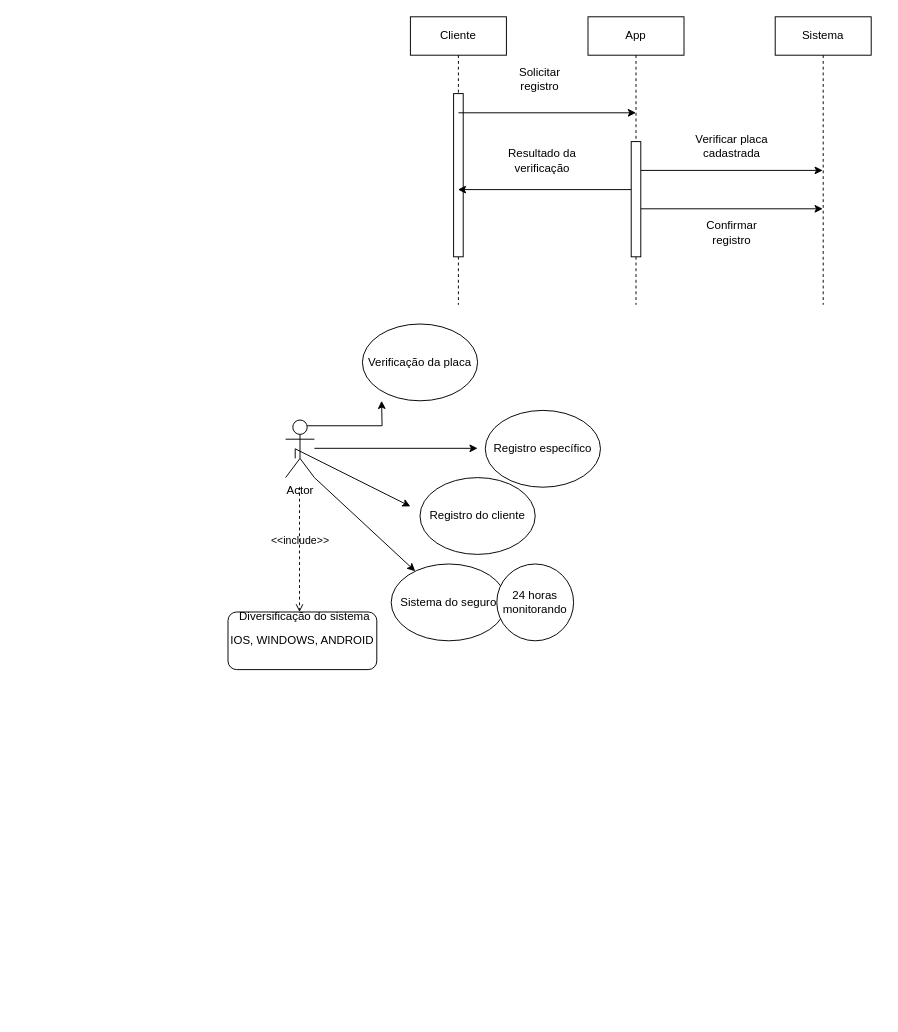
Above: Diagrama sem nome.drawio in VitorEduardo06/Teste (draw.io), before the change. Source tidied: cells renumbered, new cells numbered last; positions are measured from the earlier drawing's top-left corner, leaving out a move shared by most shapes. Both pictures are drawn from the tidied source at 96%, with x=0, y=0 at pixel (189, 16).
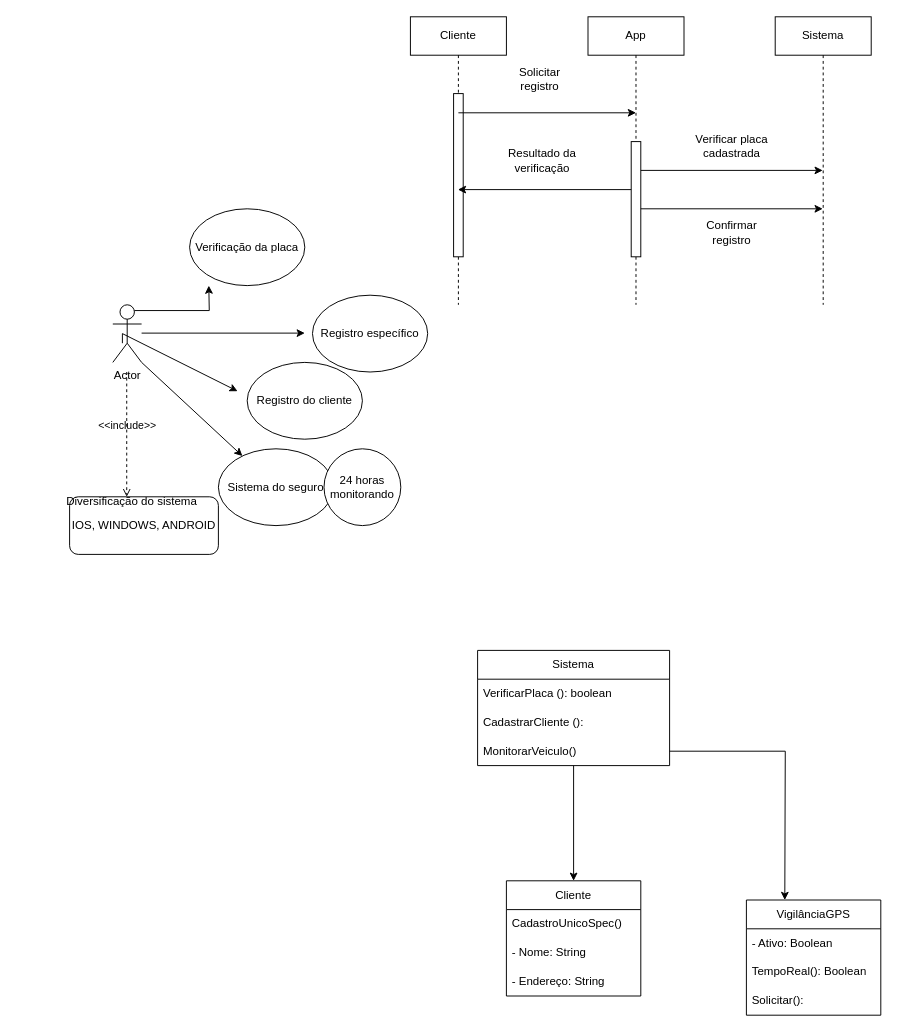
Above is the later version.

Change to the diagram source:
```diff
@@
     <mxCell id="15" style="edgeStyle=orthogonalEdgeStyle;rounded=0;jettySize=auto;html=1;exitX=0.75;exitY=0.1;exitDx=0;exitDy=0;exitPerimeter=0;" parent="1" edge="1" source="16">
       <mxGeometry relative="1" as="geometry">
-        <mxPoint x="200" y="400" as="targetPoint" />
+        <mxPoint x="20" y="280" as="targetPoint" />
       </mxGeometry>
     </mxCell>
     <mxCell id="16" value="Actor" style="shape=umlActor;verticalLabelPosition=bottom;verticalAlign=top;html=1;outlineConnect=0;" parent="1" vertex="1">
-      <mxGeometry x="100" y="420" width="30" height="60" as="geometry" />
+      <mxGeometry x="-80" y="300" width="30" height="60" as="geometry" />
     </mxCell>
     <mxCell id="17" value="&amp;lt;&amp;lt;include&amp;gt;&amp;gt;" style="html=1;verticalAlign=bottom;labelBackgroundColor=none;endArrow=open;endFill=0;dashed=1;rounded=0;" parent="1" edge="1">
       <mxGeometry relative="1" as="geometry">
-        <mxPoint x="114.5" y="490" as="sourcePoint" />
-        <mxPoint x="114.5" y="620" as="targetPoint" />
+        <mxPoint x="-65.5" y="370" as="sourcePoint" />
+        <mxPoint x="-65.5" y="500" as="targetPoint" />
       </mxGeometry>
     </mxCell>
     <mxCell id="18" value="IOS, WINDOWS, ANDROID" style="rounded=1;whiteSpace=wrap;html=1;" parent="1" vertex="1">
-      <mxGeometry x="40" y="620" width="155" height="60" as="geometry" />
+      <mxGeometry x="-125" y="500" width="155" height="60" as="geometry" />
     </mxCell>
     <mxCell id="19" value="Diversificação do sistema" style="text;html=1;align=center;verticalAlign=middle;whiteSpace=wrap;rounded=0;" parent="1" vertex="1">
-      <mxGeometry y="610" width="240" height="30" as="geometry" />
+      <mxGeometry x="-180" y="490" width="240" height="30" as="geometry" />
     </mxCell>
@@
     <mxCell id="21" style="endArrow=classic;html=1;rounded=0;" parent="1" edge="1">
       <mxGeometry relative="1" as="geometry">
-        <mxPoint x="130" y="449.5" as="sourcePoint" />
-        <mxPoint x="300" y="449.5" as="targetPoint" />
+        <mxPoint x="-50" y="329.5" as="sourcePoint" />
+        <mxPoint x="120" y="329.5" as="targetPoint" />
       </mxGeometry>
     </mxCell>
     <mxCell id="22" value="Registro específico" style="ellipse;whiteSpace=wrap;html=1;" parent="1" vertex="1">
-      <mxGeometry x="308" y="410" width="120" height="80" as="geometry" />
+      <mxGeometry x="128" y="290" width="120" height="80" as="geometry" />
     </mxCell>
     <mxCell id="23" value="Registro do cliente" style="ellipse;whiteSpace=wrap;html=1;" parent="1" vertex="1">
-      <mxGeometry x="240" y="480" width="120" height="80" as="geometry" />
+      <mxGeometry x="60" y="360" width="120" height="80" as="geometry" />
     </mxCell>
     <mxCell id="24" value="Verificação da placa" style="ellipse;whiteSpace=wrap;html=1;" parent="1" vertex="1">
-      <mxGeometry x="180" y="320" width="120" height="80" as="geometry" />
+      <mxGeometry y="200" width="120" height="80" as="geometry" />
     </mxCell>
     <mxCell id="25" style="endArrow=classic;html=1;rounded=0;" parent="1" edge="1">
       <mxGeometry relative="1" as="geometry">
-        <mxPoint x="110" y="460" as="sourcePoint" />
-        <mxPoint x="230" y="510" as="targetPoint" />
+        <mxPoint x="-70" y="340" as="sourcePoint" />
+        <mxPoint x="50" y="390" as="targetPoint" />
         <Array as="points">
-          <mxPoint x="110" y="450" />
+          <mxPoint x="-70" y="330" />
         </Array>
       </mxGeometry>
     </mxCell>
     <mxCell id="26" style="endArrow=classic;html=1;rounded=0;" parent="1" edge="1" target="27">
       <mxGeometry relative="1" as="geometry">
-        <mxPoint x="130" y="480" as="sourcePoint" />
+        <mxPoint x="-50" y="360" as="sourcePoint" />
       </mxGeometry>
     </mxCell>
     <mxCell id="27" value="Sistema do seguro" style="ellipse;whiteSpace=wrap;html=1;" parent="1" vertex="1">
-      <mxGeometry x="210" y="570" width="120" height="80" as="geometry" />
+      <mxGeometry x="30" y="450" width="120" height="80" as="geometry" />
     </mxCell>
     <mxCell id="28" value="24 horas&lt;div&gt;monitorando&lt;/div&gt;" style="ellipse;whiteSpace=wrap;html=1;" parent="1" vertex="1">
-      <mxGeometry x="320" y="570" width="80" height="80" as="geometry" />
+      <mxGeometry x="140" y="450" width="80" height="80" as="geometry" />
     </mxCell>
+    <mxCell id="29" style="edgeStyle=orthogonalEdgeStyle;rounded=0;jettySize=auto;html=1;entryX=0.5;entryY=0;entryDx=0;entryDy=0;" parent="1" edge="1" source="30" target="35">
+      <mxGeometry relative="1" as="geometry" />
+    </mxCell>
+    <mxCell id="30" value="Sistema" style="swimlane;fontStyle=0;horizontal=1;startSize=30;whiteSpace=wrap;html=1;" parent="1" vertex="1">
+      <mxGeometry x="300" y="660" width="200" height="120" as="geometry" />
+    </mxCell>
+    <mxCell id="31" value="VerificarPlaca (): boolean" style="text;strokeColor=none;fillColor=none;align=left;verticalAlign=middle;spacingLeft=4;spacingRight=4;overflow=hidden;whiteSpace=wrap;html=1;" parent="30" vertex="1">
+      <mxGeometry y="30" width="200" height="30" as="geometry" />
+    </mxCell>
+    <mxCell id="32" value="CadastrarCliente ():" style="text;strokeColor=none;fillColor=none;align=left;verticalAlign=middle;spacingLeft=4;spacingRight=4;overflow=hidden;whiteSpace=wrap;html=1;" parent="30" vertex="1">
+      <mxGeometry y="60" width="200" height="30" as="geometry" />
+    </mxCell>
+    <mxCell id="33" style="edgeStyle=orthogonalEdgeStyle;rounded=0;jettySize=auto;html=1;" parent="30" edge="1" source="34">
+      <mxGeometry relative="1" as="geometry">
+        <mxPoint x="320" y="260" as="targetPoint" />
+      </mxGeometry>
+    </mxCell>
+    <mxCell id="34" value="MonitorarVeiculo()" style="text;strokeColor=none;fillColor=none;align=left;verticalAlign=middle;spacingLeft=4;spacingRight=4;overflow=hidden;points=[[0,0.5],[1,0.5]];portConstraint=eastwest;whiteSpace=wrap;html=1;" parent="30" vertex="1">
+      <mxGeometry y="90" width="200" height="30" as="geometry" />
+    </mxCell>
+    <mxCell id="35" value="Cliente" style="swimlane;fontStyle=0;horizontal=1;startSize=30;whiteSpace=wrap;html=1;" parent="1" vertex="1">
+      <mxGeometry x="330" y="900" width="140" height="120" as="geometry" />
+    </mxCell>
+    <mxCell id="36" value="CadastroUnicoSpec()" style="text;strokeColor=none;fillColor=none;align=left;verticalAlign=middle;spacingLeft=4;spacingRight=4;overflow=hidden;whiteSpace=wrap;html=1;" parent="35" vertex="1">
+      <mxGeometry y="30" width="140" height="30" as="geometry" />
+    </mxCell>
+    <mxCell id="37" value="- Nome: String" style="text;strokeColor=none;fillColor=none;align=left;verticalAlign=middle;spacingLeft=4;spacingRight=4;overflow=hidden;whiteSpace=wrap;html=1;" parent="35" vertex="1">
+      <mxGeometry y="60" width="140" height="30" as="geometry" />
+    </mxCell>
+    <mxCell id="38" value="- Endereço: String" style="text;strokeColor=none;fillColor=none;align=left;verticalAlign=middle;spacingLeft=4;spacingRight=4;overflow=hidden;whiteSpace=wrap;html=1;" parent="35" vertex="1">
+      <mxGeometry y="90" width="140" height="30" as="geometry" />
+    </mxCell>
+    <mxCell id="39" value="VigilânciaGPS" style="swimlane;fontStyle=0;horizontal=1;startSize=30;whiteSpace=wrap;html=1;" parent="1" vertex="1">
+      <mxGeometry x="580" y="920" width="140" height="120" as="geometry" />
+    </mxCell>
+    <mxCell id="40" value="- Ativo: Boolean" style="text;strokeColor=none;fillColor=none;align=left;verticalAlign=middle;spacingLeft=4;spacingRight=4;overflow=hidden;whiteSpace=wrap;html=1;" parent="39" vertex="1">
+      <mxGeometry y="30" width="140" height="30" as="geometry" />
+    </mxCell>
+    <mxCell id="41" value="TempoReal(): Boolean" style="text;strokeColor=none;fillColor=none;align=left;verticalAlign=middle;spacingLeft=4;spacingRight=4;overflow=hidden;whiteSpace=wrap;html=1;" parent="39" vertex="1">
+      <mxGeometry y="60" width="140" height="30" as="geometry" />
+    </mxCell>
+    <mxCell id="42" value="Solicitar():" style="text;strokeColor=none;fillColor=none;align=left;verticalAlign=middle;spacingLeft=4;spacingRight=4;overflow=hidden;whiteSpace=wrap;html=1;" parent="39" vertex="1">
+      <mxGeometry y="90" width="140" height="30" as="geometry" />
+    </mxCell>
```
